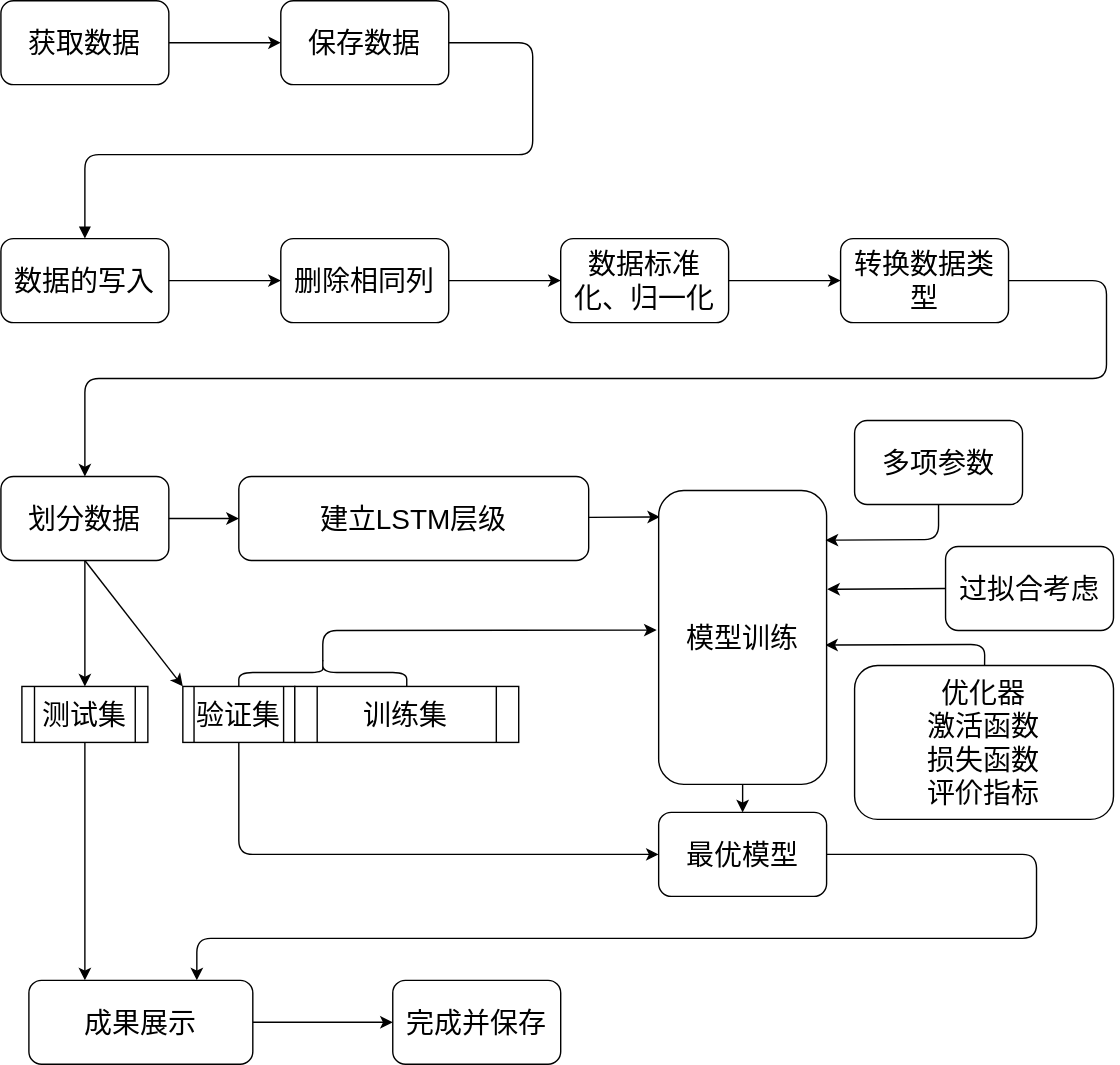
The draw.io diagram PicGo-Core/流程图_2022-04-01_12:46:24.svg in Peachfart/IMG, before a commit. Source tidied: cells renumbered, new cells last; positions are measured from the earlier drawing's top-left corner, leaving out a move shared by most shapes.
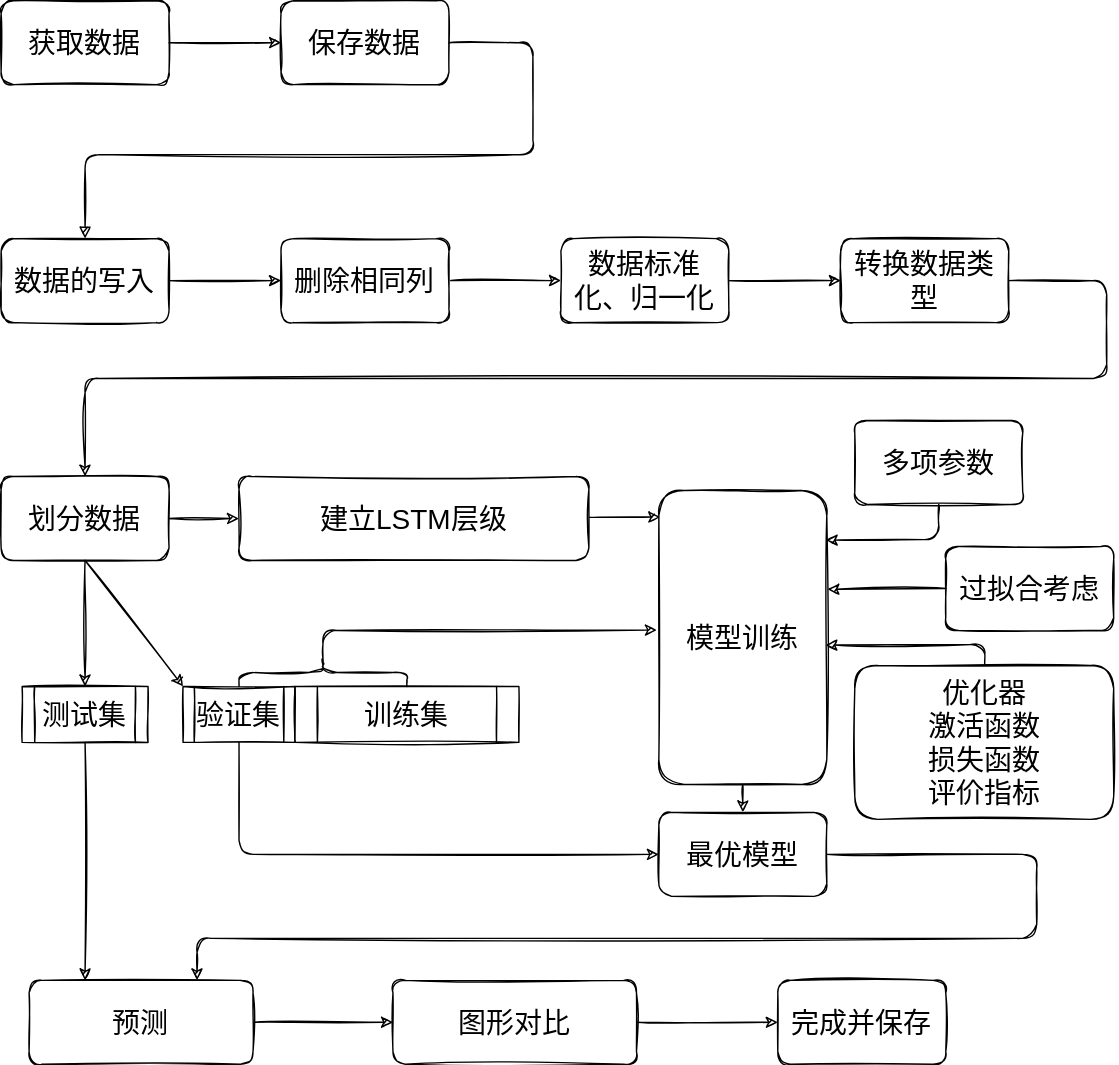
Later version of the same file.

What changed in the source:
```diff
@@ -2,34 +2,34 @@
   <root>
     <mxCell id="0" />
     <mxCell id="1" parent="0" />
-    <mxCell id="2" style="edgeStyle=none;html=1;" parent="1" edge="1" source="3" target="6">
+    <mxCell id="2" style="edgeStyle=none;html=1;sketch=1;" parent="1" edge="1" source="3" target="6">
       <mxGeometry relative="1" as="geometry" />
     </mxCell>
-    <mxCell id="3" value="&lt;font style=&quot;font-size: 20px&quot;&gt;获取数据&lt;/font&gt;" style="rounded=1;whiteSpace=wrap;html=1;" parent="1" vertex="1">
+    <mxCell id="3" value="&lt;font style=&quot;font-size: 20px&quot;&gt;获取数据&lt;/font&gt;" style="rounded=1;whiteSpace=wrap;html=1;sketch=1;" parent="1" vertex="1">
       <mxGeometry width="120" height="60" as="geometry" />
     </mxCell>
-    <mxCell id="4" style="edgeStyle=none;html=1;" parent="1" edge="1" source="5" target="8">
+    <mxCell id="4" style="edgeStyle=none;html=1;sketch=1;" parent="1" edge="1" source="5" target="8">
       <mxGeometry relative="1" as="geometry" />
     </mxCell>
-    <mxCell id="5" value="&lt;font style=&quot;font-size: 20px&quot;&gt;数据的写入&lt;/font&gt;" style="rounded=1;whiteSpace=wrap;html=1;" parent="1" vertex="1">
+    <mxCell id="5" value="&lt;font style=&quot;font-size: 20px&quot;&gt;数据的写入&lt;/font&gt;" style="rounded=1;whiteSpace=wrap;html=1;sketch=1;" parent="1" vertex="1">
       <mxGeometry y="170" width="120" height="60" as="geometry" />
     </mxCell>
-    <mxCell id="6" value="&lt;font style=&quot;font-size: 20px&quot;&gt;保存数据&lt;/font&gt;" style="rounded=1;whiteSpace=wrap;html=1;" parent="1" vertex="1">
+    <mxCell id="6" value="&lt;font style=&quot;font-size: 20px&quot;&gt;保存数据&lt;/font&gt;" style="rounded=1;whiteSpace=wrap;html=1;sketch=1;" parent="1" vertex="1">
       <mxGeometry x="200" width="120" height="60" as="geometry" />
     </mxCell>
-    <mxCell id="7" style="edgeStyle=none;html=1;" parent="1" edge="1" source="8" target="10">
+    <mxCell id="7" style="edgeStyle=none;html=1;sketch=1;" parent="1" edge="1" source="8" target="10">
       <mxGeometry relative="1" as="geometry" />
     </mxCell>
-    <mxCell id="8" value="&lt;font style=&quot;font-size: 20px&quot;&gt;删除相同列&lt;/font&gt;" style="whiteSpace=wrap;html=1;rounded=1;" parent="1" vertex="1">
+    <mxCell id="8" value="&lt;font style=&quot;font-size: 20px&quot;&gt;删除相同列&lt;/font&gt;" style="whiteSpace=wrap;html=1;rounded=1;sketch=1;" parent="1" vertex="1">
       <mxGeometry x="200" y="170" width="120" height="60" as="geometry" />
     </mxCell>
-    <mxCell id="9" style="edgeStyle=none;html=1;fontSize=20;startArrow=none;startFill=0;endArrow=classic;endFill=1;" parent="1" edge="1" source="10" target="31">
+    <mxCell id="9" style="edgeStyle=none;html=1;fontSize=20;startArrow=none;startFill=0;endArrow=classic;endFill=1;sketch=1;" parent="1" edge="1" source="10" target="31">
       <mxGeometry relative="1" as="geometry" />
     </mxCell>
-    <mxCell id="10" value="&lt;font style=&quot;font-size: 20px&quot;&gt;数据标准化、归一化&lt;/font&gt;" style="whiteSpace=wrap;html=1;rounded=1;" parent="1" vertex="1">
+    <mxCell id="10" value="&lt;font style=&quot;font-size: 20px&quot;&gt;数据标准化、归一化&lt;/font&gt;" style="whiteSpace=wrap;html=1;rounded=1;sketch=1;" parent="1" vertex="1">
       <mxGeometry x="400" y="170" width="120" height="60" as="geometry" />
     </mxCell>
-    <mxCell id="11" style="endArrow=none;html=1;entryX=1;entryY=0.5;entryDx=0;entryDy=0;exitX=0.5;exitY=0;exitDx=0;exitDy=0;endFill=0;startArrow=block;startFill=1;" parent="1" edge="1" source="5" target="6">
+    <mxCell id="11" style="endArrow=none;html=1;entryX=1;entryY=0.5;entryDx=0;entryDy=0;exitX=0.5;exitY=0;exitDx=0;exitDy=0;endFill=0;startArrow=block;startFill=1;sketch=1;" parent="1" edge="1" source="5" target="6">
       <mxGeometry relative="1" as="geometry">
         <Array as="points">
           <mxPoint x="60" y="110" />
@@ -38,79 +38,79 @@
         </Array>
       </mxGeometry>
     </mxCell>
-    <mxCell id="12" value="划分数据" style="rounded=1;whiteSpace=wrap;html=1;fontSize=20;" parent="1" vertex="1">
+    <mxCell id="12" value="划分数据" style="rounded=1;whiteSpace=wrap;html=1;fontSize=20;sketch=1;" parent="1" vertex="1">
       <mxGeometry y="340" width="120" height="60" as="geometry" />
     </mxCell>
-    <mxCell id="13" style="edgeStyle=none;html=1;fontSize=20;startArrow=none;startFill=0;endArrow=classic;endFill=1;entryX=0.008;entryY=0.09;entryDx=0;entryDy=0;entryPerimeter=0;" parent="1" edge="1" source="14" target="23">
+    <mxCell id="13" style="edgeStyle=none;html=1;fontSize=20;startArrow=none;startFill=0;endArrow=classic;endFill=1;entryX=0.008;entryY=0.09;entryDx=0;entryDy=0;entryPerimeter=0;sketch=1;" parent="1" edge="1" source="14" target="23">
       <mxGeometry relative="1" as="geometry" />
     </mxCell>
-    <mxCell id="14" value="建立LSTM层级" style="rounded=1;whiteSpace=wrap;html=1;fontSize=20;" parent="1" vertex="1">
+    <mxCell id="14" value="建立LSTM层级" style="rounded=1;whiteSpace=wrap;html=1;fontSize=20;sketch=1;" parent="1" vertex="1">
       <mxGeometry x="170" y="340" width="250" height="60" as="geometry" />
     </mxCell>
-    <mxCell id="15" value="测试集" style="shape=process;whiteSpace=wrap;html=1;backgroundOutline=1;fontSize=20;" parent="1" vertex="1">
+    <mxCell id="15" value="测试集" style="shape=process;whiteSpace=wrap;html=1;backgroundOutline=1;fontSize=20;sketch=1;" parent="1" vertex="1">
       <mxGeometry x="15" y="490" width="90" height="40" as="geometry" />
     </mxCell>
-    <mxCell id="16" value="验证集" style="shape=process;whiteSpace=wrap;html=1;backgroundOutline=1;fontSize=20;" parent="1" vertex="1">
+    <mxCell id="16" value="验证集" style="shape=process;whiteSpace=wrap;html=1;backgroundOutline=1;fontSize=20;sketch=1;" parent="1" vertex="1">
       <mxGeometry x="130" y="490" width="80" height="40" as="geometry" />
     </mxCell>
-    <mxCell id="17" value="训练集" style="shape=process;whiteSpace=wrap;html=1;backgroundOutline=1;fontSize=20;" parent="1" vertex="1">
+    <mxCell id="17" value="训练集" style="shape=process;whiteSpace=wrap;html=1;backgroundOutline=1;fontSize=20;sketch=1;" parent="1" vertex="1">
       <mxGeometry x="210" y="490" width="160" height="40" as="geometry" />
     </mxCell>
-    <mxCell id="18" style="endArrow=classic;html=1;fontSize=20;exitX=1;exitY=0.5;exitDx=0;exitDy=0;entryX=0;entryY=0.5;entryDx=0;entryDy=0;" parent="1" edge="1" source="12" target="14">
+    <mxCell id="18" style="endArrow=classic;html=1;fontSize=20;exitX=1;exitY=0.5;exitDx=0;exitDy=0;entryX=0;entryY=0.5;entryDx=0;entryDy=0;sketch=1;" parent="1" edge="1" source="12" target="14">
       <mxGeometry relative="1" as="geometry" />
     </mxCell>
-    <mxCell id="19" style="endArrow=classic;html=1;fontSize=20;exitX=0.5;exitY=1;exitDx=0;exitDy=0;entryX=0.5;entryY=0;entryDx=0;entryDy=0;" parent="1" edge="1" source="12" target="15">
+    <mxCell id="19" style="endArrow=classic;html=1;fontSize=20;exitX=0.5;exitY=1;exitDx=0;exitDy=0;entryX=0.5;entryY=0;entryDx=0;entryDy=0;sketch=1;" parent="1" edge="1" source="12" target="15">
       <mxGeometry relative="1" as="geometry" />
     </mxCell>
-    <mxCell id="20" style="endArrow=classic;html=1;fontSize=20;exitX=0.5;exitY=1;exitDx=0;exitDy=0;entryX=0;entryY=0;entryDx=0;entryDy=0;" parent="1" edge="1" source="12" target="16">
+    <mxCell id="20" style="endArrow=classic;html=1;fontSize=20;exitX=0.5;exitY=1;exitDx=0;exitDy=0;entryX=0;entryY=0;entryDx=0;entryDy=0;sketch=1;" parent="1" edge="1" source="12" target="16">
       <mxGeometry relative="1" as="geometry" />
     </mxCell>
-    <mxCell id="21" style="edgeStyle=none;html=1;fontSize=20;startArrow=classic;startFill=1;endArrow=none;endFill=0;exitX=0.992;exitY=0.526;exitDx=0;exitDy=0;exitPerimeter=0;" parent="1" edge="1" source="23" target="24">
+    <mxCell id="21" style="edgeStyle=none;html=1;fontSize=20;startArrow=classic;startFill=1;endArrow=none;endFill=0;exitX=0.992;exitY=0.526;exitDx=0;exitDy=0;exitPerimeter=0;sketch=1;" parent="1" edge="1" source="23" target="24">
       <mxGeometry relative="1" as="geometry">
         <Array as="points">
           <mxPoint x="703" y="460" />
         </Array>
       </mxGeometry>
     </mxCell>
-    <mxCell id="22" style="edgeStyle=none;html=1;fontSize=20;startArrow=none;startFill=0;endArrow=classic;endFill=1;" parent="1" edge="1" source="23" target="27">
+    <mxCell id="22" style="edgeStyle=none;html=1;fontSize=20;startArrow=none;startFill=0;endArrow=classic;endFill=1;sketch=1;" parent="1" edge="1" source="23" target="27">
       <mxGeometry relative="1" as="geometry" />
     </mxCell>
-    <mxCell id="23" value="模型训练" style="whiteSpace=wrap;html=1;fontSize=20;rounded=1;" parent="1" vertex="1">
+    <mxCell id="23" value="模型训练" style="whiteSpace=wrap;html=1;fontSize=20;rounded=1;sketch=1;" parent="1" vertex="1">
       <mxGeometry x="470" y="350" width="120" height="210" as="geometry" />
     </mxCell>
-    <mxCell id="24" value="优化器&lt;br&gt;激活函数&lt;br&gt;损失函数&lt;br&gt;评价指标" style="whiteSpace=wrap;html=1;fontSize=20;rounded=1;" parent="1" vertex="1">
+    <mxCell id="24" value="优化器&lt;br&gt;激活函数&lt;br&gt;损失函数&lt;br&gt;评价指标" style="whiteSpace=wrap;html=1;fontSize=20;rounded=1;sketch=1;" parent="1" vertex="1">
       <mxGeometry x="610" y="475" width="185" height="110" as="geometry" />
     </mxCell>
-    <mxCell id="25" value="多项参数" style="rounded=1;whiteSpace=wrap;html=1;fontSize=20;" parent="1" vertex="1">
+    <mxCell id="25" value="多项参数" style="rounded=1;whiteSpace=wrap;html=1;fontSize=20;sketch=1;" parent="1" vertex="1">
       <mxGeometry x="610" y="300" width="120" height="60" as="geometry" />
     </mxCell>
-    <mxCell id="26" style="endArrow=classic;html=1;fontSize=20;exitX=0.5;exitY=1;exitDx=0;exitDy=0;entryX=0.994;entryY=0.169;entryDx=0;entryDy=0;entryPerimeter=0;" parent="1" edge="1" source="25" target="23">
+    <mxCell id="26" style="endArrow=classic;html=1;fontSize=20;exitX=0.5;exitY=1;exitDx=0;exitDy=0;entryX=0.994;entryY=0.169;entryDx=0;entryDy=0;entryPerimeter=0;sketch=1;" parent="1" edge="1" source="25" target="23">
       <mxGeometry relative="1" as="geometry">
         <Array as="points">
           <mxPoint x="670" y="385" />
         </Array>
       </mxGeometry>
     </mxCell>
-    <mxCell id="27" value="最优模型" style="whiteSpace=wrap;html=1;fontSize=20;rounded=1;" parent="1" vertex="1">
+    <mxCell id="27" value="最优模型" style="whiteSpace=wrap;html=1;fontSize=20;rounded=1;sketch=1;" parent="1" vertex="1">
       <mxGeometry x="470" y="580" width="120" height="60" as="geometry" />
     </mxCell>
-    <mxCell id="28" style="endArrow=classic;html=1;fontSize=20;exitX=0.1;exitY=0.5;exitDx=0;exitDy=0;entryX=-0.012;entryY=0.475;entryDx=0;entryDy=0;entryPerimeter=0;exitPerimeter=0;" parent="1" edge="1" source="37" target="23">
+    <mxCell id="28" style="endArrow=classic;html=1;fontSize=20;exitX=0.1;exitY=0.5;exitDx=0;exitDy=0;entryX=-0.012;entryY=0.475;entryDx=0;entryDy=0;entryPerimeter=0;exitPerimeter=0;sketch=1;" parent="1" edge="1" source="37" target="23">
       <mxGeometry relative="1" as="geometry">
         <Array as="points">
           <mxPoint x="230" y="450" />
         </Array>
       </mxGeometry>
     </mxCell>
-    <mxCell id="29" value="过拟合考虑" style="rounded=1;whiteSpace=wrap;html=1;fontSize=20;" parent="1" vertex="1">
+    <mxCell id="29" value="过拟合考虑" style="rounded=1;whiteSpace=wrap;html=1;fontSize=20;sketch=1;" parent="1" vertex="1">
       <mxGeometry x="675" y="390" width="120" height="60" as="geometry" />
     </mxCell>
-    <mxCell id="30" style="endArrow=classic;html=1;fontSize=20;exitX=0;exitY=0.5;exitDx=0;exitDy=0;entryX=1.004;entryY=0.336;entryDx=0;entryDy=0;entryPerimeter=0;" parent="1" edge="1" source="29" target="23">
+    <mxCell id="30" style="endArrow=classic;html=1;fontSize=20;exitX=0;exitY=0.5;exitDx=0;exitDy=0;entryX=1.004;entryY=0.336;entryDx=0;entryDy=0;entryPerimeter=0;sketch=1;" parent="1" edge="1" source="29" target="23">
       <mxGeometry relative="1" as="geometry" />
     </mxCell>
-    <mxCell id="31" value="&lt;font style=&quot;font-size: 20px&quot;&gt;转换数据类型&lt;/font&gt;" style="whiteSpace=wrap;html=1;rounded=1;" parent="1" vertex="1">
+    <mxCell id="31" value="&lt;font style=&quot;font-size: 20px&quot;&gt;转换数据类型&lt;/font&gt;" style="whiteSpace=wrap;html=1;rounded=1;sketch=1;" parent="1" vertex="1">
       <mxGeometry x="600" y="170" width="120" height="60" as="geometry" />
     </mxCell>
-    <mxCell id="32" style="endArrow=classic;html=1;fontSize=20;entryX=0.5;entryY=0;entryDx=0;entryDy=0;exitX=1;exitY=0.5;exitDx=0;exitDy=0;" parent="1" edge="1" source="31" target="12">
+    <mxCell id="32" style="endArrow=classic;html=1;fontSize=20;entryX=0.5;entryY=0;entryDx=0;entryDy=0;exitX=1;exitY=0.5;exitDx=0;exitDy=0;sketch=1;" parent="1" edge="1" source="31" target="12">
       <mxGeometry relative="1" as="geometry">
         <Array as="points">
           <mxPoint x="790" y="200" />
@@ -119,10 +119,10 @@
         </Array>
       </mxGeometry>
     </mxCell>
-    <mxCell id="33" style="endArrow=classic;html=1;fontSize=20;exitX=0.5;exitY=1;exitDx=0;exitDy=0;entryX=0.25;entryY=0;entryDx=0;entryDy=0;" parent="1" edge="1" source="15" target="36">
+    <mxCell id="33" style="endArrow=classic;html=1;fontSize=20;exitX=0.5;exitY=1;exitDx=0;exitDy=0;entryX=0.25;entryY=0;entryDx=0;entryDy=0;sketch=1;" parent="1" edge="1" source="15" target="36">
       <mxGeometry relative="1" as="geometry" />
     </mxCell>
-    <mxCell id="34" style="endArrow=classic;html=1;fontSize=20;exitX=1;exitY=0.5;exitDx=0;exitDy=0;entryX=0.75;entryY=0;entryDx=0;entryDy=0;" parent="1" edge="1" source="27" target="36">
+    <mxCell id="34" style="endArrow=classic;html=1;fontSize=20;exitX=1;exitY=0.5;exitDx=0;exitDy=0;entryX=0.75;entryY=0;entryDx=0;entryDy=0;sketch=1;" parent="1" edge="1" source="27" target="36">
       <mxGeometry relative="1" as="geometry">
         <Array as="points">
           <mxPoint x="740" y="610" />
@@ -131,24 +131,30 @@
         </Array>
       </mxGeometry>
     </mxCell>
-    <mxCell id="35" style="edgeStyle=none;html=1;" parent="1" edge="1" source="36" target="39">
+    <mxCell id="35" style="edgeStyle=none;html=1;sketch=1;" parent="1" edge="1" source="36" target="39">
       <mxGeometry relative="1" as="geometry" />
     </mxCell>
-    <mxCell id="36" value="成果展示" style="rounded=1;whiteSpace=wrap;html=1;fontSize=20;" parent="1" vertex="1">
+    <mxCell id="36" value="预测" style="rounded=1;whiteSpace=wrap;html=1;fontSize=20;sketch=1;" parent="1" vertex="1">
       <mxGeometry x="20" y="700" width="160" height="60" as="geometry" />
     </mxCell>
-    <mxCell id="37" style="shape=curlyBracket;whiteSpace=wrap;html=1;rounded=1;rotation=90;" parent="1" vertex="1">
+    <mxCell id="37" style="shape=curlyBracket;whiteSpace=wrap;html=1;rounded=1;rotation=90;sketch=1;" parent="1" vertex="1">
       <mxGeometry x="220" y="420" width="20" height="120" as="geometry" />
     </mxCell>
-    <mxCell id="38" style="endArrow=classic;html=1;exitX=0.5;exitY=1;exitDx=0;exitDy=0;entryX=0;entryY=0.5;entryDx=0;entryDy=0;" parent="1" edge="1" source="16" target="27">
+    <mxCell id="38" style="endArrow=classic;html=1;exitX=0.5;exitY=1;exitDx=0;exitDy=0;entryX=0;entryY=0.5;entryDx=0;entryDy=0;sketch=1;" parent="1" edge="1" source="16" target="27">
       <mxGeometry relative="1" as="geometry">
         <Array as="points">
           <mxPoint x="170" y="610" />
         </Array>
       </mxGeometry>
     </mxCell>
+    <mxCell id="40" style="edgeStyle=none;html=1;sketch=1;" parent="1" edge="1" source="39" target="41">
+      <mxGeometry relative="1" as="geometry" />
+    </mxCell>
-    <mxCell id="39" value="完成并保存" style="whiteSpace=wrap;html=1;fontSize=20;rounded=1;" parent="1" vertex="1">
-      <mxGeometry x="280" y="700" width="120" height="60" as="geometry" />
+    <mxCell id="39" value="图形对比" style="whiteSpace=wrap;html=1;fontSize=20;rounded=1;sketch=1;" parent="1" vertex="1">
+      <mxGeometry x="280" y="700" width="174" height="60" as="geometry" />
     </mxCell>
+    <mxCell id="41" value="完成并保存" style="whiteSpace=wrap;html=1;fontSize=20;rounded=1;sketch=1;" parent="1" vertex="1">
+      <mxGeometry x="555" y="700" width="120" height="60" as="geometry" />
+    </mxCell>
   </root>
 </mxGraphModel>
```
